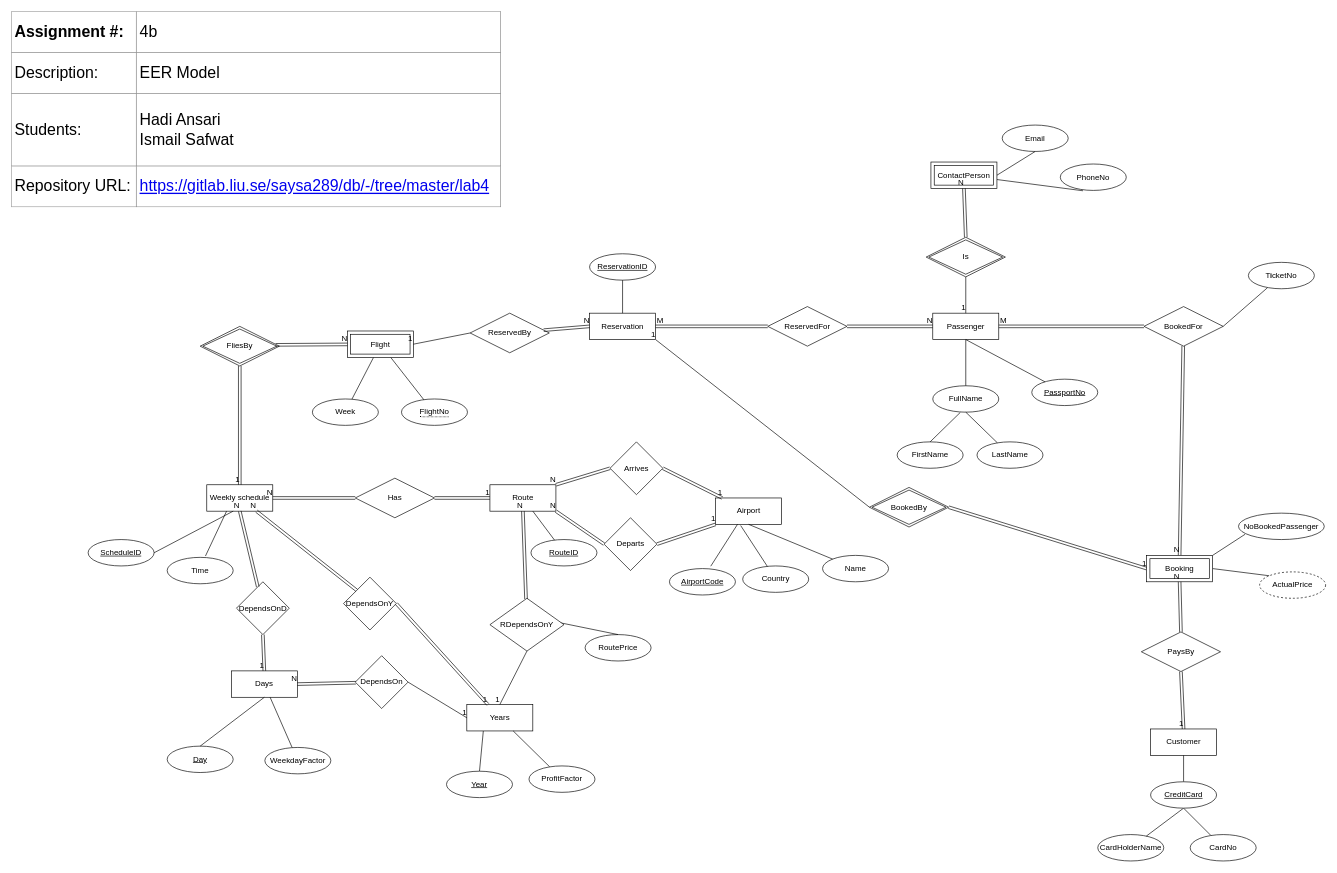
Before: page "EER Model" (1 of 2) of lab4/Assignment4b.drawio in hadi-ansari/TDDD12, a draw.io diagram. Source tidied: cells renumbered, new cells numbered last; positions are measured from the earlier drawing's top-left corner, leaving out a move shared by most shapes. Both pictures are drawn from the tidied source at 66%, with x=0, y=0 at pixel (11, 11).
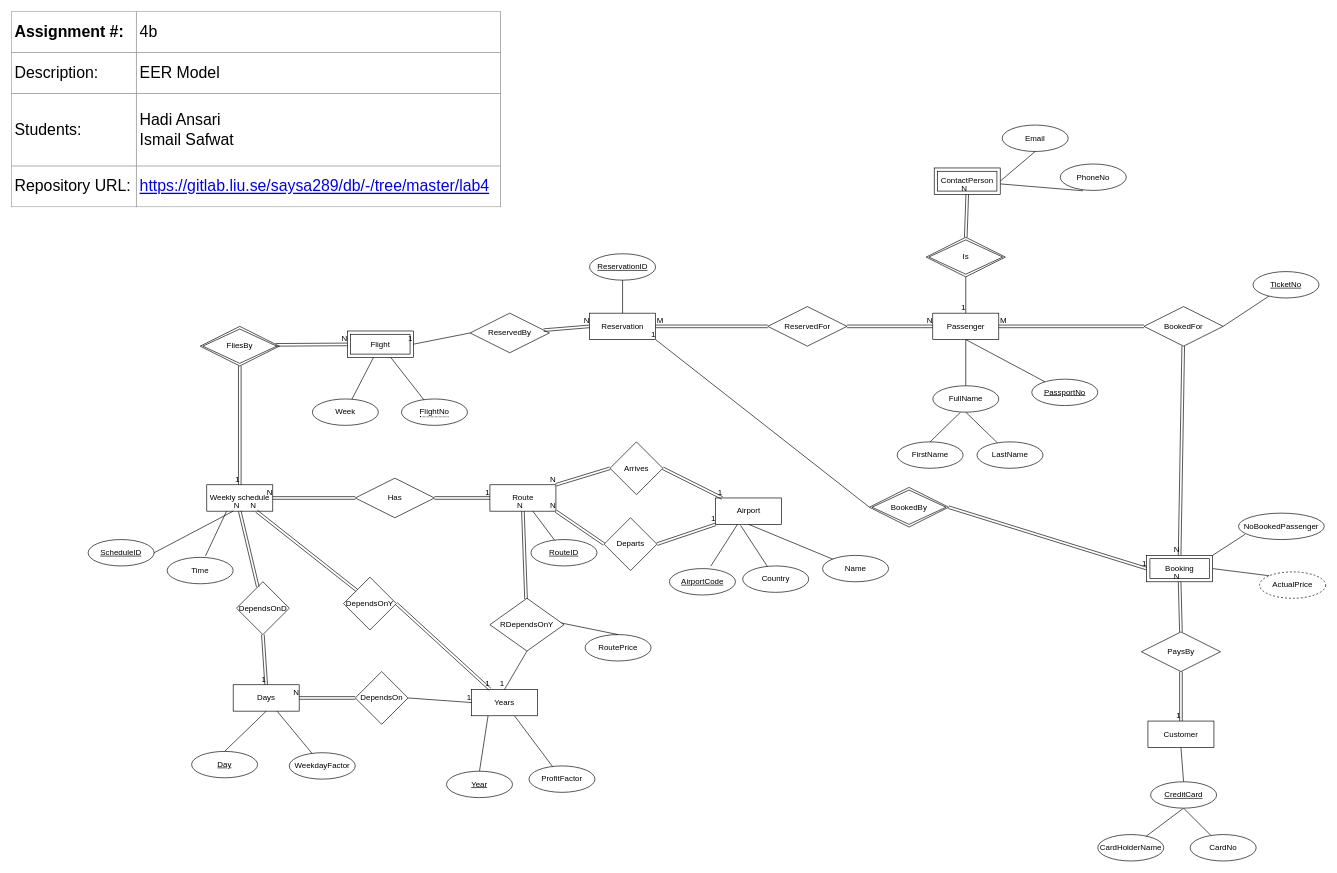
The same diagram, later.

Change to the diagram source:
```diff
@@
     <mxCell id="41" value="Customer" style="whiteSpace=wrap;html=1;align=center;" parent="1" vertex="1">
-      <mxGeometry x="1725.8" y="1087" width="100" height="40" as="geometry" />
+      <mxGeometry x="1721.8" y="1075" width="100" height="40" as="geometry" />
     </mxCell>
@@
     <mxCell id="73" value="Days" style="whiteSpace=wrap;html=1;align=center;" parent="1" vertex="1">
-      <mxGeometry x="333" y="999" width="100" height="40" as="geometry" />
+      <mxGeometry x="335.8" y="1020" width="100" height="40" as="geometry" />
     </mxCell>
     <mxCell id="74" value="WeekdayFactor" style="ellipse;whiteSpace=wrap;html=1;align=center;" parent="1" vertex="1">
-      <mxGeometry x="383.8" y="1115" width="100" height="40" as="geometry" />
+      <mxGeometry x="420.8" y="1123" width="100" height="40" as="geometry" />
     </mxCell>
@@
     <mxCell id="77" value="Years" style="whiteSpace=wrap;html=1;align=center;" parent="1" vertex="1">
-      <mxGeometry x="689.8" y="1050" width="100" height="40" as="geometry" />
+      <mxGeometry x="697" y="1027" width="100" height="40" as="geometry" />
     </mxCell>
@@
     <mxCell id="80" value="DependsOn" style="rhombus;whiteSpace=wrap;html=1;" parent="1" vertex="1">
-      <mxGeometry x="520.8" y="976" width="80" height="80" as="geometry" />
+      <mxGeometry x="520.8" y="1000" width="80" height="80" as="geometry" />
     </mxCell>
     <mxCell id="81" value="Day" style="ellipse;whiteSpace=wrap;html=1;align=center;fontStyle=4;" parent="1" vertex="1">
-      <mxGeometry x="235.8" y="1113" width="100" height="40" as="geometry" />
+      <mxGeometry x="272.8" y="1121" width="100" height="40" as="geometry" />
     </mxCell>
@@
-    <mxCell id="129" value="TicketNo" style="ellipse;whiteSpace=wrap;html=1;align=center;" parent="1" vertex="1">
-      <mxGeometry x="1874" y="380" width="100" height="40" as="geometry" />
-    </mxCell>
@@
     <mxCell id="132" value="&lt;span&gt;ContactPerson&lt;/span&gt;" style="shape=ext;margin=3;double=1;whiteSpace=wrap;html=1;align=center;" parent="1" vertex="1">
-      <mxGeometry x="1393" y="228" width="100" height="40" as="geometry" />
+      <mxGeometry x="1398" y="237" width="100" height="40" as="geometry" />
     </mxCell>
@@
+    <mxCell id="129" value="TicketNo" style="ellipse;whiteSpace=wrap;html=1;align=center;fontStyle=4;" parent="1" vertex="1">
+      <mxGeometry x="1881" y="394" width="100" height="40" as="geometry" />
+    </mxCell>
```
